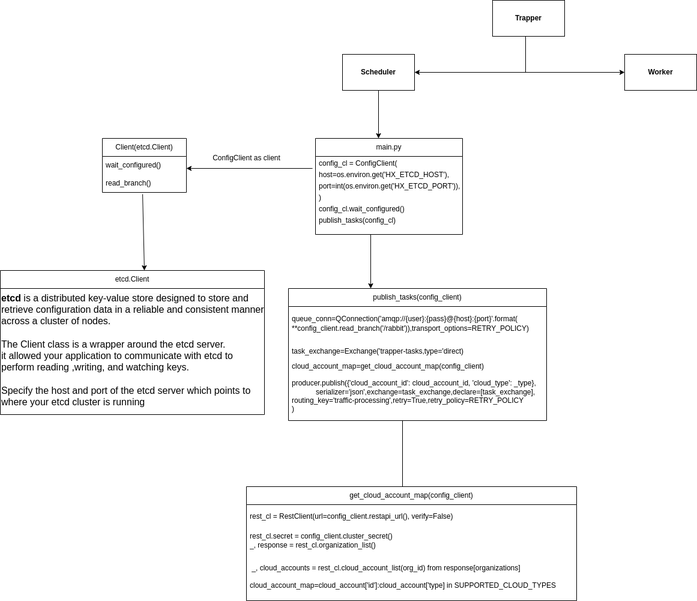
Above: trapper.png in mr-arch21/foodOrder (draw.io), before the change. Source tidied: cells renumbered, new cells last; positions are measured from the earlier drawing's top-left corner, leaving out a move shared by most shapes.
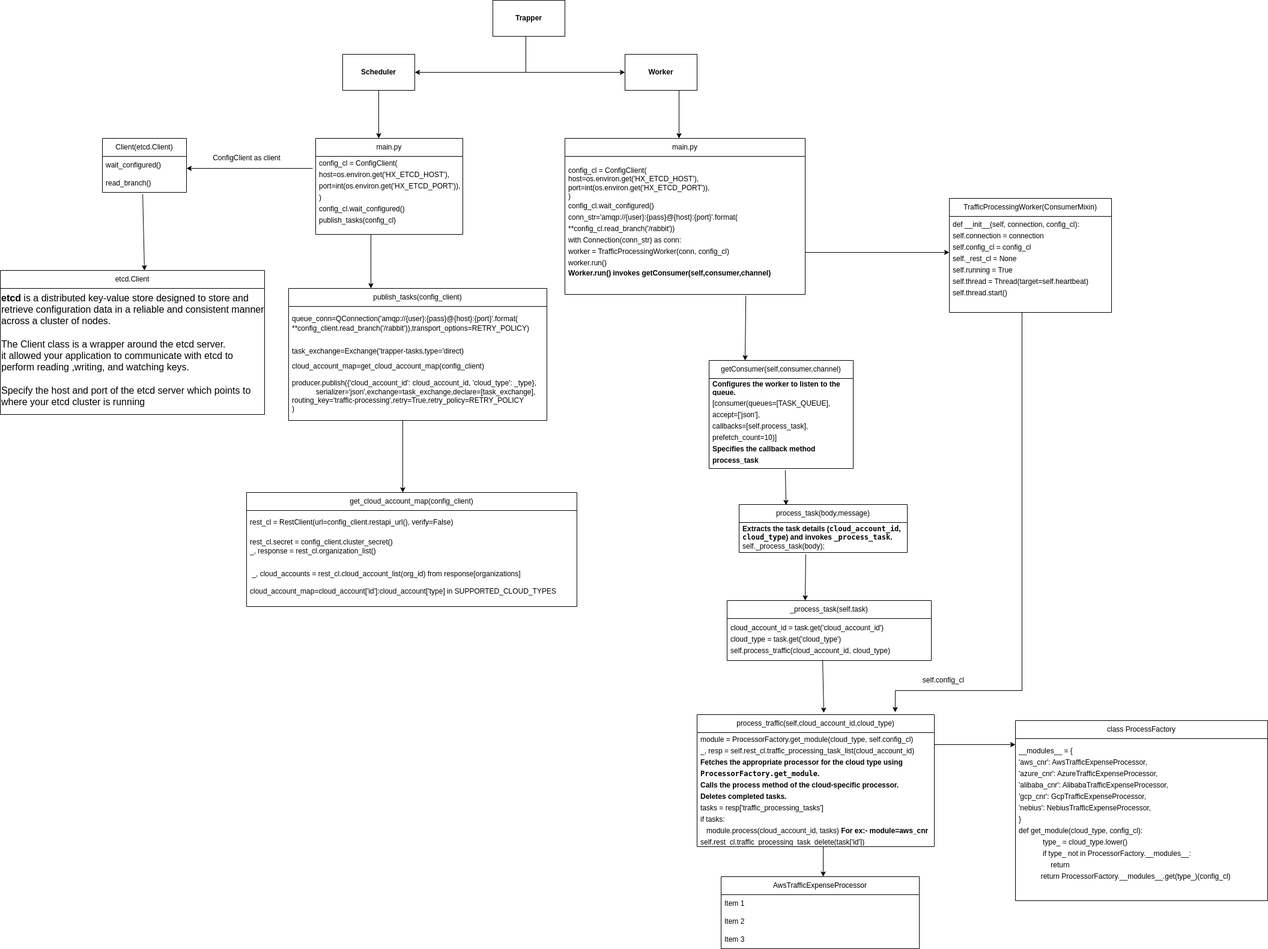
The same file after the commit.

Change to the diagram source:
```diff
@@ -94,7 +94,7 @@
       </mxGeometry>
     </mxCell>
     <mxCell id="25" value="&lt;span style=&quot;text-align: left;&quot;&gt;get_cloud_account_map(config_client)&lt;/span&gt;" style="swimlane;fontStyle=0;horizontal=1;startSize=30;whiteSpace=wrap;html=1;" parent="1" vertex="1">
-      <mxGeometry x="410" y="810" width="550" height="190" as="geometry" />
+      <mxGeometry x="410" y="820" width="550" height="190" as="geometry" />
     </mxCell>
     <mxCell id="26" value="rest_cl = RestClient(url=config_client.restapi_url(), verify=False)" style="text;strokeColor=none;fillColor=none;align=left;verticalAlign=middle;spacingLeft=4;spacingRight=4;overflow=hidden;whiteSpace=wrap;html=1;" parent="25" vertex="1">
       <mxGeometry y="30" width="550" height="40" as="geometry" />
@@ -108,5 +108,111 @@
     <mxCell id="29" value="ConfigClient as client" style="text;html=1;align=center;verticalAlign=middle;strokeColor=none;fillColor=none;" parent="1" vertex="1">
       <mxGeometry x="340" y="248" width="140" height="30" as="geometry" />
     </mxCell>
+    <mxCell id="30" style="endArrow=classic;html=1;rounded=0;exitX=0.75;exitY=1;exitDx=0;exitDy=0;" parent="1" edge="1" source="7">
+      <mxGeometry relative="1" as="geometry">
+        <mxPoint x="1130" y="230" as="targetPoint" />
+      </mxGeometry>
+    </mxCell>
+    <mxCell id="31" value="main.py" style="swimlane;fontStyle=0;horizontal=1;startSize=30;whiteSpace=wrap;html=1;" parent="1" vertex="1">
+      <mxGeometry x="940" y="230" width="400" height="260" as="geometry" />
+    </mxCell>
+    <mxCell id="32" value="&lt;div&gt;&lt;br&gt;&lt;/div&gt;&lt;div&gt;&lt;span style=&quot;background-color: initial;&quot;&gt;config_cl = ConfigClient(&lt;/span&gt;&lt;/div&gt;&lt;div&gt;host=os.environ.get('HX_ETCD_HOST'),&lt;/div&gt;&lt;div&gt;port=int(os.environ.get('HX_ETCD_PORT')),&lt;/div&gt;&lt;div&gt;)&lt;/div&gt;&lt;div&gt;&lt;div style=&quot;line-height: 19px;&quot;&gt;&lt;div&gt;config_cl.wait_configured()&lt;/div&gt;&lt;div&gt;conn_str='amqp://{user}:{pass}@{host}:{port}'.format(&lt;/div&gt;&lt;div style=&quot;line-height: 19px;&quot;&gt;&lt;div&gt;        **config_cl.read_branch('/rabbit'))&lt;/div&gt;&lt;div&gt;    with Connection(conn_str) as conn:&lt;/div&gt;&lt;/div&gt;&lt;div&gt;&lt;div style=&quot;line-height: 19px;&quot;&gt;&lt;div style=&quot;&quot;&gt;worker = TrafficProcessingWorker(conn, config_cl)&lt;/div&gt;&lt;div style=&quot;&quot;&gt;            worker.run()&lt;/div&gt;&lt;/div&gt;&lt;/div&gt;&lt;/div&gt;&lt;/div&gt;&lt;div&gt;&lt;b&gt;Worker.run() invokes getConsumer(self,consumer,channel)&lt;/b&gt;&lt;/div&gt;&lt;div&gt;&lt;br&gt;&lt;/div&gt;&lt;div&gt;&lt;br&gt;&lt;/div&gt;" style="text;strokeColor=none;fillColor=none;align=left;verticalAlign=middle;spacingLeft=4;spacingRight=4;overflow=hidden;points=[[0,0.5],[1,0.5]];portConstraint=eastwest;whiteSpace=wrap;html=1;" parent="1" vertex="1">
+      <mxGeometry x="940" y="260" width="400" height="230" as="geometry" />
+    </mxCell>
+    <mxCell id="33" style="endArrow=classic;html=1;rounded=0;exitX=1;exitY=0.125;exitDx=0;exitDy=0;exitPerimeter=0;" parent="1" edge="1">
+      <mxGeometry relative="1" as="geometry">
+        <mxPoint x="1340" y="420" as="sourcePoint" />
+        <mxPoint x="1580" y="420" as="targetPoint" />
+      </mxGeometry>
+    </mxCell>
+    <mxCell id="34" value="TrafficProcessingWorker(ConsumerMixin)" style="swimlane;fontStyle=0;horizontal=1;startSize=30;whiteSpace=wrap;html=1;" parent="1" vertex="1">
+      <mxGeometry x="1580" y="330" width="270" height="190" as="geometry" />
+    </mxCell>
+    <mxCell id="35" value="&lt;div style=&quot;line-height: 19px;&quot;&gt;&lt;div style=&quot;&quot;&gt;def __init__(self, connection, config_cl):&lt;/div&gt;&lt;div style=&quot;&quot;&gt;        self.connection = connection&lt;/div&gt;&lt;div style=&quot;&quot;&gt;        self.config_cl = config_cl&lt;/div&gt;&lt;div style=&quot;&quot;&gt;        self._rest_cl = None&lt;/div&gt;&lt;div style=&quot;&quot;&gt;        self.running = True&lt;/div&gt;&lt;div style=&quot;&quot;&gt;        self.thread = Thread(target=self.heartbeat)&lt;/div&gt;&lt;div style=&quot;&quot;&gt;        self.thread.start()&lt;/div&gt;&lt;br&gt;&lt;/div&gt;" style="text;strokeColor=none;fillColor=none;align=left;verticalAlign=middle;spacingLeft=4;spacingRight=4;overflow=hidden;points=[[0,0.5],[1,0.5]];portConstraint=eastwest;whiteSpace=wrap;html=1;" parent="34" vertex="1">
+      <mxGeometry y="30" width="270" height="160" as="geometry" />
+    </mxCell>
+    <mxCell id="36" value="getConsumer(self,consumer,channel)" style="swimlane;fontStyle=0;horizontal=1;startSize=30;whiteSpace=wrap;html=1;" parent="1" vertex="1">
+      <mxGeometry x="1180" y="600" width="240" height="180" as="geometry" />
+    </mxCell>
+    <mxCell id="37" value="&lt;b&gt;Configures the worker to listen to the queue.&lt;/b&gt;" style="text;strokeColor=none;fillColor=none;align=left;verticalAlign=middle;spacingLeft=4;spacingRight=4;overflow=hidden;whiteSpace=wrap;html=1;" parent="36" vertex="1">
+      <mxGeometry y="30" width="240" height="30" as="geometry" />
+    </mxCell>
+    <mxCell id="38" value="&lt;div style=&quot;line-height: 19px;&quot;&gt;&lt;div style=&quot;&quot;&gt;&lt;span style=&quot;background-color: initial;&quot;&gt;[consumer(queues=[TASK_QUEUE], accept=['json'],&lt;/span&gt;&lt;/div&gt;&lt;div style=&quot;&quot;&gt;                         callbacks=[self.process_task], prefetch_count=10)]&lt;/div&gt;&lt;div style=&quot;&quot;&gt;&lt;b&gt;Specifies the callback method process_task&lt;/b&gt;&lt;/div&gt;&lt;br&gt;&lt;/div&gt;" style="text;strokeColor=none;fillColor=none;align=left;verticalAlign=middle;spacingLeft=4;spacingRight=4;overflow=hidden;points=[[0,0.5],[1,0.5]];portConstraint=eastwest;whiteSpace=wrap;html=1;" parent="36" vertex="1">
+      <mxGeometry y="60" width="240" height="120" as="geometry" />
+    </mxCell>
+    <mxCell id="39" style="endArrow=classic;html=1;rounded=0;entryX=0.25;entryY=0;entryDx=0;entryDy=0;exitX=0.753;exitY=1.009;exitDx=0;exitDy=0;exitPerimeter=0;" parent="1" edge="1" source="32" target="36">
+      <mxGeometry relative="1" as="geometry" />
+    </mxCell>
+    <mxCell id="40" value="process_task(body,message)" style="swimlane;fontStyle=0;horizontal=1;startSize=30;whiteSpace=wrap;html=1;" parent="1" vertex="1">
+      <mxGeometry x="1230" y="840" width="280" height="80" as="geometry" />
+    </mxCell>
+    <mxCell id="41" value="&lt;b&gt;Extracts the task details (&lt;code&gt;cloud_account_id&lt;/code&gt;, &lt;code&gt;cloud_type&lt;/code&gt;) and invokes &lt;code&gt;_process_task&lt;/code&gt;.&lt;/b&gt;&lt;div&gt;self._process_task(body);&lt;/div&gt;" style="text;strokeColor=none;fillColor=none;align=left;verticalAlign=middle;spacingLeft=4;spacingRight=4;overflow=hidden;points=[[0,0.5],[1,0.5]];portConstraint=eastwest;whiteSpace=wrap;html=1;" parent="40" vertex="1">
+      <mxGeometry y="30" width="280" height="50" as="geometry" />
+    </mxCell>
+    <mxCell id="42" style="endArrow=classic;html=1;rounded=0;exitX=0.529;exitY=1.025;exitDx=0;exitDy=0;exitPerimeter=0;entryX=0.279;entryY=0.013;entryDx=0;entryDy=0;entryPerimeter=0;" parent="1" edge="1" source="38" target="40">
+      <mxGeometry relative="1" as="geometry" />
+    </mxCell>
+    <mxCell id="43" style="endArrow=classic;html=1;rounded=0;exitX=0.396;exitY=1.06;exitDx=0;exitDy=0;exitPerimeter=0;" parent="1" edge="1" source="41">
+      <mxGeometry relative="1" as="geometry">
+        <mxPoint x="1340" y="1000" as="targetPoint" />
+      </mxGeometry>
+    </mxCell>
+    <mxCell id="44" value="_process_task(self,task)" style="swimlane;fontStyle=0;horizontal=1;startSize=30;whiteSpace=wrap;html=1;" parent="1" vertex="1">
+      <mxGeometry x="1210" y="1000" width="340" height="100" as="geometry" />
+    </mxCell>
+    <mxCell id="45" value="&lt;div style=&quot;line-height: 19px;&quot;&gt;&lt;div style=&quot;&quot;&gt; cloud_account_id = task.get('cloud_account_id')&lt;/div&gt;&lt;div style=&quot;&quot;&gt;        cloud_type = task.get('cloud_type')&lt;/div&gt;&lt;div style=&quot;&quot;&gt;&lt;div style=&quot;line-height: 19px;&quot;&gt;self.process_traffic(cloud_account_id, cloud_type)&lt;/div&gt;&lt;/div&gt;&lt;/div&gt;" style="text;strokeColor=none;fillColor=none;align=left;verticalAlign=middle;spacingLeft=4;spacingRight=4;overflow=hidden;points=[[0,0.5],[1,0.5]];portConstraint=eastwest;whiteSpace=wrap;html=1;" parent="44" vertex="1">
+      <mxGeometry y="30" width="340" height="70" as="geometry" />
+    </mxCell>
+    <mxCell id="46" style="endArrow=classic;html=1;rounded=0;exitX=0.468;exitY=1;exitDx=0;exitDy=0;exitPerimeter=0;" parent="1" edge="1" source="45">
+      <mxGeometry relative="1" as="geometry">
+        <mxPoint x="1371" y="1187" as="targetPoint" />
+      </mxGeometry>
+    </mxCell>
+    <mxCell id="47" value="process_traffic(self,cloud_account_id,cloud_type)" style="swimlane;fontStyle=0;horizontal=1;startSize=30;whiteSpace=wrap;html=1;" parent="1" vertex="1">
+      <mxGeometry x="1160" y="1190" width="395" height="220" as="geometry" />
+    </mxCell>
+    <mxCell id="48" value="&lt;div style=&quot;line-height: 19px;&quot;&gt;&lt;div style=&quot;&quot;&gt;        module = ProcessorFactory.get_module(cloud_type, self.config_cl)&lt;/div&gt;&lt;div style=&quot;&quot;&gt;&lt;div style=&quot;line-height: 19px;&quot;&gt;&lt;div style=&quot;&quot;&gt;        _, resp = self.rest_cl.traffic_processing_task_list(cloud_account_id)&lt;/div&gt;&lt;div style=&quot;&quot;&gt;&lt;/div&gt;&lt;/div&gt;&lt;/div&gt;&lt;div style=&quot;&quot;&gt;&lt;b&gt;Fetches the appropriate processor for the cloud type using &lt;code&gt;ProcessorFactory.get_module&lt;/code&gt;.&lt;/b&gt;&lt;/div&gt;&lt;div style=&quot;&quot;&gt;&lt;b&gt;Calls the process method of the cloud-specific processor.&lt;/b&gt;&lt;/div&gt;&lt;div style=&quot;&quot;&gt;&lt;b&gt;Deletes completed tasks.&lt;/b&gt;&lt;/div&gt;&lt;div style=&quot;&quot;&gt;&lt;div style=&quot;line-height: 19px;&quot;&gt;&lt;div style=&quot;&quot;&gt;        tasks = resp['traffic_processing_tasks']&lt;/div&gt;&lt;div style=&quot;&quot;&gt;&lt;/div&gt;&lt;/div&gt;&lt;/div&gt;&lt;div style=&quot;&quot;&gt;if tasks:&lt;/div&gt;&lt;div style=&quot;&quot;&gt;&lt;div style=&quot;line-height: 19px;&quot;&gt;&amp;nbsp; &amp;nbsp;module.process(cloud_account_id, tasks) &lt;b&gt;For ex:- module=aws_cnr&lt;/b&gt;&lt;/div&gt;&lt;div style=&quot;line-height: 19px;&quot;&gt;&lt;div style=&quot;line-height: 19px;&quot;&gt;&lt;div style=&quot;&quot;&gt;            self.rest_cl.traffic_processing_task_delete(task['id'])&lt;/div&gt;&lt;br&gt;&lt;/div&gt;&lt;/div&gt;&lt;/div&gt;&lt;div style=&quot;color: rgb(204, 204, 204); font-family: &amp;quot;Droid Sans Mono&amp;quot;, &amp;quot;monospace&amp;quot;, monospace; font-size: 14px; white-space: pre; background-color: rgb(31, 31, 31);&quot;&gt;&lt;/div&gt;&lt;/div&gt;" style="text;strokeColor=none;fillColor=none;align=left;verticalAlign=middle;spacingLeft=4;spacingRight=4;overflow=hidden;points=[[0,0.5],[1,0.5]];portConstraint=eastwest;whiteSpace=wrap;html=1;" parent="47" vertex="1">
+      <mxGeometry y="30" width="395" height="190" as="geometry" />
+    </mxCell>
+    <mxCell id="49" style="endArrow=classic;html=1;rounded=0;" parent="1" edge="1">
+      <mxGeometry relative="1" as="geometry">
+        <mxPoint x="1555" y="1240" as="sourcePoint" />
+        <mxPoint x="1690" y="1240" as="targetPoint" />
+      </mxGeometry>
+    </mxCell>
+    <mxCell id="50" value="class ProcessFactory" style="swimlane;fontStyle=0;horizontal=1;startSize=30;whiteSpace=wrap;html=1;" parent="1" vertex="1">
+      <mxGeometry x="1690" y="1200" width="420" height="300" as="geometry" />
+    </mxCell>
+    <mxCell id="51" value="&lt;div style=&quot;line-height: 19px;&quot;&gt;&lt;div style=&quot;&quot;&gt; __modules__ = {&lt;/div&gt;&lt;div style=&quot;&quot;&gt;        'aws_cnr': AwsTrafficExpenseProcessor,&lt;/div&gt;&lt;div style=&quot;&quot;&gt;        'azure_cnr': AzureTrafficExpenseProcessor,&lt;/div&gt;&lt;div style=&quot;&quot;&gt;        'alibaba_cnr': AlibabaTrafficExpenseProcessor,&lt;/div&gt;&lt;div style=&quot;&quot;&gt;        'gcp_cnr': GcpTrafficExpenseProcessor,&lt;/div&gt;&lt;div style=&quot;&quot;&gt;        'nebius': NebiusTrafficExpenseProcessor,&lt;/div&gt;&lt;div style=&quot;&quot;&gt;    }&lt;/div&gt;&lt;div style=&quot;&quot;&gt;&lt;div style=&quot;line-height: 19px;&quot;&gt;&lt;div style=&quot;&quot;&gt;def get_module(cloud_type, config_cl):&lt;/div&gt;&lt;div style=&quot;&quot;&gt;&amp;nbsp; &amp;nbsp; &amp;nbsp; &amp;nbsp; &amp;nbsp; &amp;nbsp; type_ = cloud_type.lower()&lt;/div&gt;&lt;div style=&quot;&quot;&gt;&amp;nbsp; &amp;nbsp; &amp;nbsp; &amp;nbsp; &amp;nbsp; &amp;nbsp; if type_ not in ProcessorFactory.__modules__:&lt;/div&gt;&lt;div style=&quot;&quot;&gt;&amp;nbsp; &amp;nbsp; &amp;nbsp; &amp;nbsp; &amp;nbsp; &amp;nbsp; &amp;nbsp; &amp;nbsp; return&lt;/div&gt;&lt;div style=&quot;&quot;&gt;&amp;nbsp; &amp;nbsp; &amp;nbsp; &amp;nbsp; &amp;nbsp; &amp;nbsp;return ProcessorFactory.__modules__.get(type_)(config_cl)&lt;/div&gt;&lt;br&gt;&lt;/div&gt;&lt;/div&gt;&lt;/div&gt;" style="text;strokeColor=none;fillColor=none;align=left;verticalAlign=middle;spacingLeft=4;spacingRight=4;overflow=hidden;whiteSpace=wrap;html=1;" parent="50" vertex="1">
+      <mxGeometry y="30" width="420" height="270" as="geometry" />
+    </mxCell>
+    <mxCell id="52" style="endArrow=classic;html=1;rounded=0;exitX=0.448;exitY=1;exitDx=0;exitDy=0;exitPerimeter=0;entryX=0.835;entryY=-0.018;entryDx=0;entryDy=0;entryPerimeter=0;" parent="1" edge="1" source="35" target="47">
+      <mxGeometry relative="1" as="geometry">
+        <Array as="points">
+          <mxPoint x="1701" y="1150" />
+          <mxPoint x="1490" y="1150" />
+        </Array>
+      </mxGeometry>
+    </mxCell>
+    <mxCell id="53" value="self.config_cl" style="text;html=1;align=center;verticalAlign=middle;strokeColor=none;fillColor=none;" parent="1" vertex="1">
+      <mxGeometry x="1525" y="1118" width="90" height="30" as="geometry" />
+    </mxCell>
+    <mxCell id="54" style="endArrow=classic;html=1;rounded=0;exitX=0.532;exitY=1;exitDx=0;exitDy=0;exitPerimeter=0;" parent="1" edge="1" source="48">
+      <mxGeometry relative="1" as="geometry">
+        <mxPoint x="1370" y="1460" as="targetPoint" />
+      </mxGeometry>
+    </mxCell>
+    <mxCell id="55" value="&lt;span style=&quot;color: rgb(0, 0, 0); font-family: Helvetica; font-size: 12px; font-style: normal; font-variant-ligatures: normal; font-variant-caps: normal; font-weight: 400; letter-spacing: normal; orphans: 2; text-align: left; text-indent: 0px; text-transform: none; widows: 2; word-spacing: 0px; -webkit-text-stroke-width: 0px; white-space: normal; background-color: rgb(251, 251, 251); text-decoration-thickness: initial; text-decoration-style: initial; text-decoration-color: initial; display: inline !important; float: none;&quot;&gt;AwsTrafficExpenseProcessor&lt;/span&gt;" style="swimlane;fontStyle=0;horizontal=1;startSize=30;whiteSpace=wrap;html=1;" parent="1" vertex="1">
+      <mxGeometry x="1200" y="1460" width="330" height="120" as="geometry" />
+    </mxCell>
+    <mxCell id="56" value="Item 1" style="text;strokeColor=none;fillColor=none;align=left;verticalAlign=middle;spacingLeft=4;spacingRight=4;overflow=hidden;whiteSpace=wrap;html=1;" parent="55" vertex="1">
+      <mxGeometry y="30" width="330" height="30" as="geometry" />
+    </mxCell>
+    <mxCell id="57" value="Item 2" style="text;strokeColor=none;fillColor=none;align=left;verticalAlign=middle;spacingLeft=4;spacingRight=4;overflow=hidden;whiteSpace=wrap;html=1;" parent="55" vertex="1">
+      <mxGeometry y="60" width="330" height="30" as="geometry" />
+    </mxCell>
+    <mxCell id="58" value="Item 3" style="text;strokeColor=none;fillColor=none;align=left;verticalAlign=middle;spacingLeft=4;spacingRight=4;overflow=hidden;whiteSpace=wrap;html=1;" parent="55" vertex="1">
+      <mxGeometry y="90" width="330" height="30" as="geometry" />
+    </mxCell>
   </root>
 </mxGraphModel>
```
